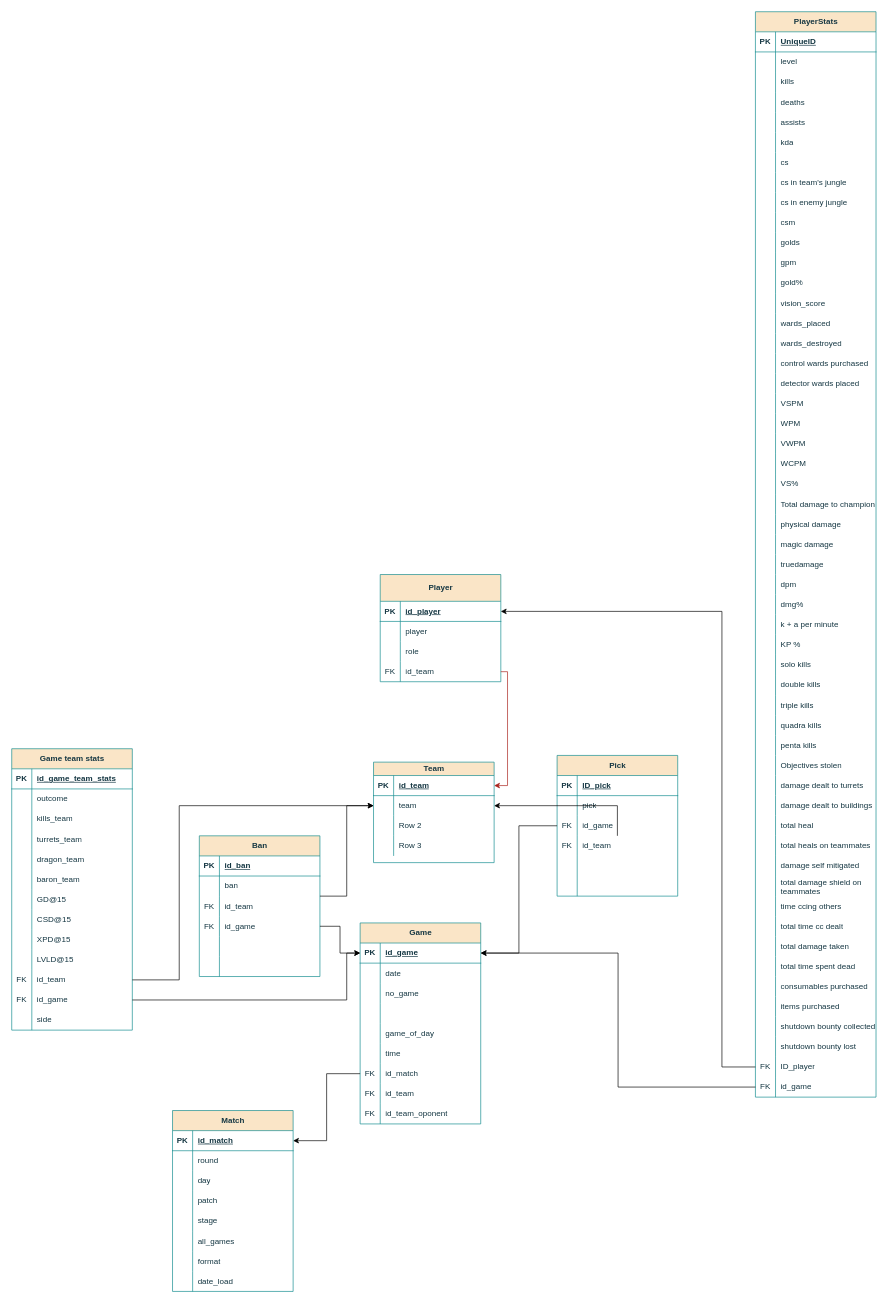
The draw.io diagram Diagrama sin título.drawio in Kusafqe/civicaproject, before the edit. Source tidied: cells renumbered, new cells numbered last; positions are measured from the earlier drawing's top-left corner, leaving out a move shared by most shapes. Both pictures are drawn from the tidied source at 67%, with x=0, y=0 at pixel (11, 11).
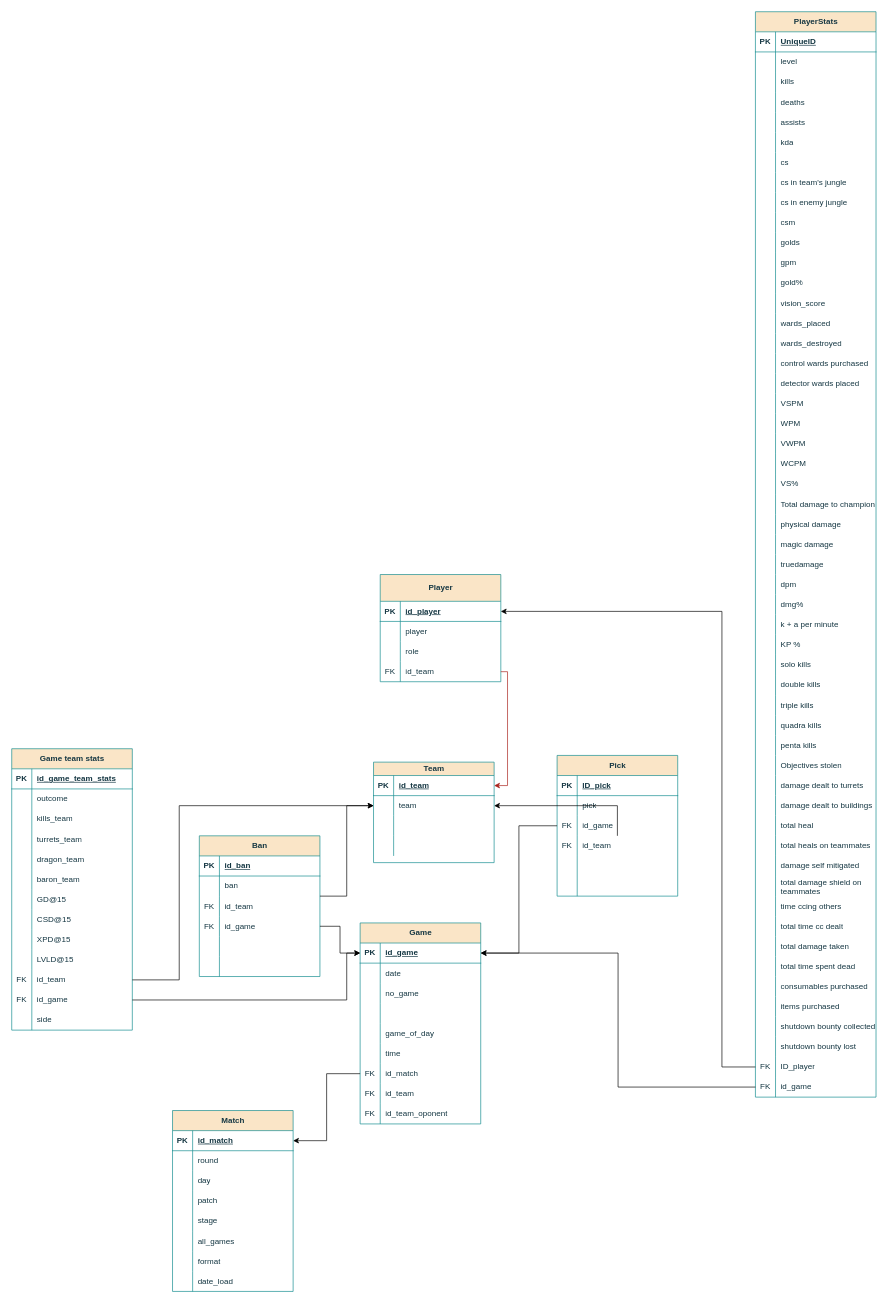
After the change.

Unchanged cells that the change refers to:
```xml
<mxCell id="22" style="shape=tableRow;horizontal=0;startSize=0;swimlaneHead=0;swimlaneBody=0;fillColor=none;top=0;left=0;right=0;bottom=0;labelBackgroundColor=none;strokeColor=#0F8B8D;fontColor=#143642;" parent="15" vertex="1">
  <mxGeometry y="80" width="180" height="30" as="geometry" />
</mxCell>
<mxCell id="25" style="shape=tableRow;horizontal=0;startSize=0;swimlaneHead=0;swimlaneBody=0;fillColor=none;top=0;left=0;right=0;bottom=0;labelBackgroundColor=none;strokeColor=#0F8B8D;fontColor=#143642;" parent="15" vertex="1">
  <mxGeometry y="110" width="180" height="30" as="geometry" />
</mxCell>
```

The edit, as a diff of the source:
```diff
@@
-    <mxCell id="24" value="Row 2" style="shape=partialRectangle;fillColor=none;top=0;left=0;bottom=0;right=0;align=left;spacingLeft=6;overflow=hidden;whiteSpace=wrap;html=1;labelBackgroundColor=none;strokeColor=#0F8B8D;fontColor=#143642;" parent="22" vertex="1">
+    <mxCell id="24" style="shape=partialRectangle;fillColor=none;top=0;left=0;bottom=0;right=0;align=left;spacingLeft=6;overflow=hidden;whiteSpace=wrap;html=1;labelBackgroundColor=none;strokeColor=#0F8B8D;fontColor=#143642;" parent="22" vertex="1">
       <mxGeometry x="30" width="150" height="30" as="geometry" />
     </mxCell>
@@
-    <mxCell id="27" value="Row 3" style="shape=partialRectangle;fillColor=none;top=0;left=0;bottom=0;right=0;align=left;spacingLeft=6;overflow=hidden;whiteSpace=wrap;html=1;labelBackgroundColor=none;strokeColor=#0F8B8D;fontColor=#143642;" parent="25" vertex="1">
+    <mxCell id="27" style="shape=partialRectangle;fillColor=none;top=0;left=0;bottom=0;right=0;align=left;spacingLeft=6;overflow=hidden;whiteSpace=wrap;html=1;labelBackgroundColor=none;strokeColor=#0F8B8D;fontColor=#143642;" parent="25" vertex="1">
       <mxGeometry x="30" width="150" height="30" as="geometry" />
     </mxCell>
```
